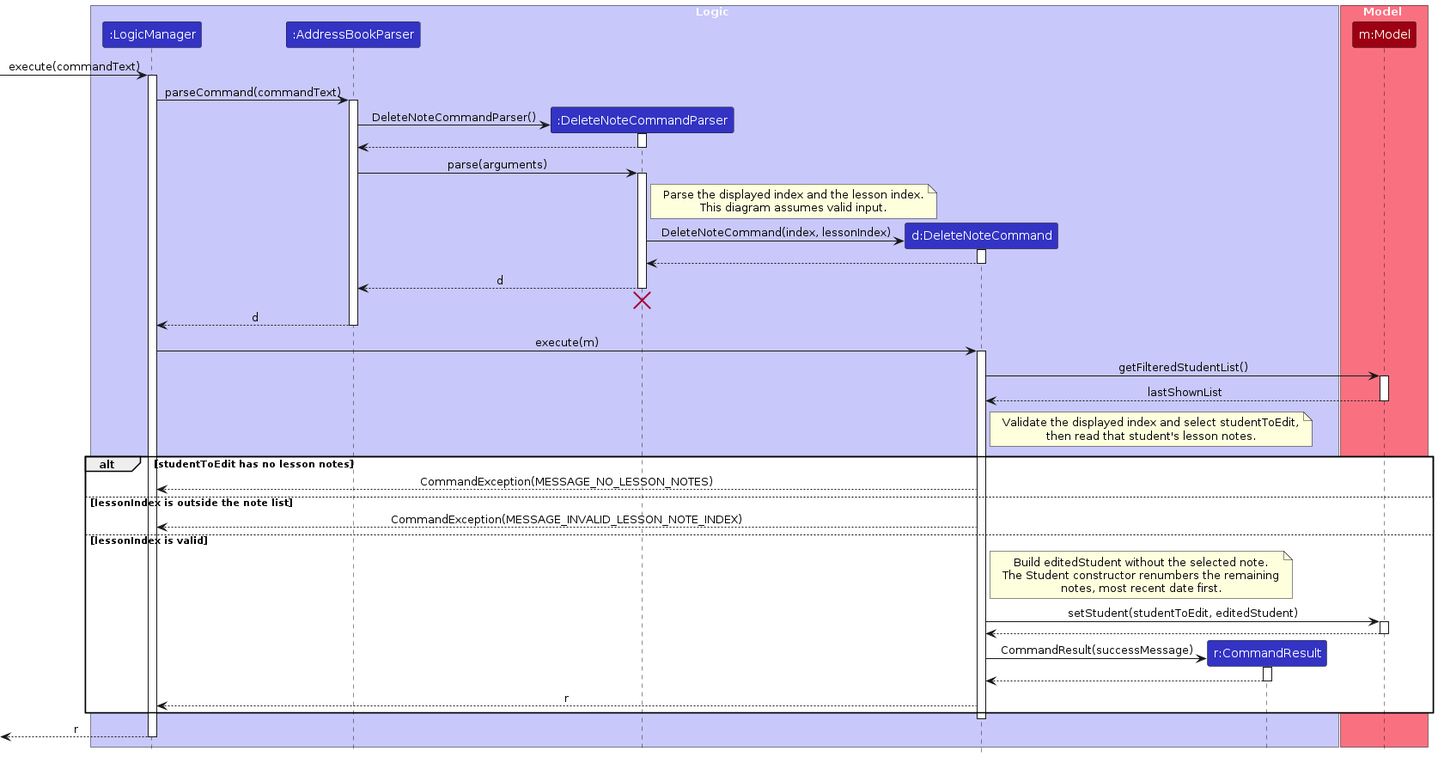
Before: diagrams/DeleteNoteSequenceDiagram.png, a diagram exported from PlantUML (AY2627S1-CS2103T-F11-4/tp). Its source is kept beside it as diagrams/DeleteNoteSequenceDiagram.puml. Source of this version:
```plantuml
@startuml
!include style.puml
skinparam ArrowFontStyle plain

box Logic LOGIC_COLOR_T1
participant ":LogicManager" as LogicManager LOGIC_COLOR
participant ":AddressBookParser" as AddressBookParser LOGIC_COLOR
participant ":DeleteNoteCommandParser" as DeleteNoteCommandParser LOGIC_COLOR
participant "d:DeleteNoteCommand" as DeleteNoteCommand LOGIC_COLOR
participant "r:CommandResult" as CommandResult LOGIC_COLOR
end box

box Model MODEL_COLOR_T1
participant "m:Model" as Model MODEL_COLOR
end box

[-> LogicManager : execute(commandText)
activate LogicManager

LogicManager -> AddressBookParser : parseCommand(commandText)
activate AddressBookParser

create DeleteNoteCommandParser
AddressBookParser -> DeleteNoteCommandParser : DeleteNoteCommandParser()
activate DeleteNoteCommandParser
DeleteNoteCommandParser --> AddressBookParser
deactivate DeleteNoteCommandParser

AddressBookParser -> DeleteNoteCommandParser : parse(arguments)
activate DeleteNoteCommandParser
note right of DeleteNoteCommandParser
Parse the displayed index and the lesson index.
This diagram assumes valid input.
end note

create DeleteNoteCommand
DeleteNoteCommandParser -> DeleteNoteCommand : DeleteNoteCommand(index, lessonIndex)
activate DeleteNoteCommand
DeleteNoteCommand --> DeleteNoteCommandParser
deactivate DeleteNoteCommand

DeleteNoteCommandParser --> AddressBookParser : d
deactivate DeleteNoteCommandParser
DeleteNoteCommandParser -[hidden]-> AddressBookParser
destroy DeleteNoteCommandParser

AddressBookParser --> LogicManager : d
deactivate AddressBookParser

LogicManager -> DeleteNoteCommand : execute(m)
activate DeleteNoteCommand

DeleteNoteCommand -> Model : getFilteredStudentList()
activate Model
Model --> DeleteNoteCommand : lastShownList
deactivate Model

note right of DeleteNoteCommand
Validate the displayed index and select studentToEdit,
then read that student's lesson notes.
end note

alt studentToEdit has no lesson notes
    DeleteNoteCommand --> LogicManager : CommandException(MESSAGE_NO_LESSON_NOTES)

else lessonIndex is outside the note list
    DeleteNoteCommand --> LogicManager : CommandException(MESSAGE_INVALID_LESSON_NOTE_INDEX)

else lessonIndex is valid
    note right of DeleteNoteCommand
    Build editedStudent without the selected note.
    The Student constructor renumbers the remaining
    notes, most recent date first.
    end note

    DeleteNoteCommand -> Model : setStudent(studentToEdit, editedStudent)
    activate Model
    Model --> DeleteNoteCommand
    deactivate Model

    create CommandResult
    DeleteNoteCommand -> CommandResult : CommandResult(successMessage)
    activate CommandResult
    CommandResult --> DeleteNoteCommand
    deactivate CommandResult

    DeleteNoteCommand --> LogicManager : r
end
deactivate DeleteNoteCommand

[<-- LogicManager : r
deactivate LogicManager
@enduml
```
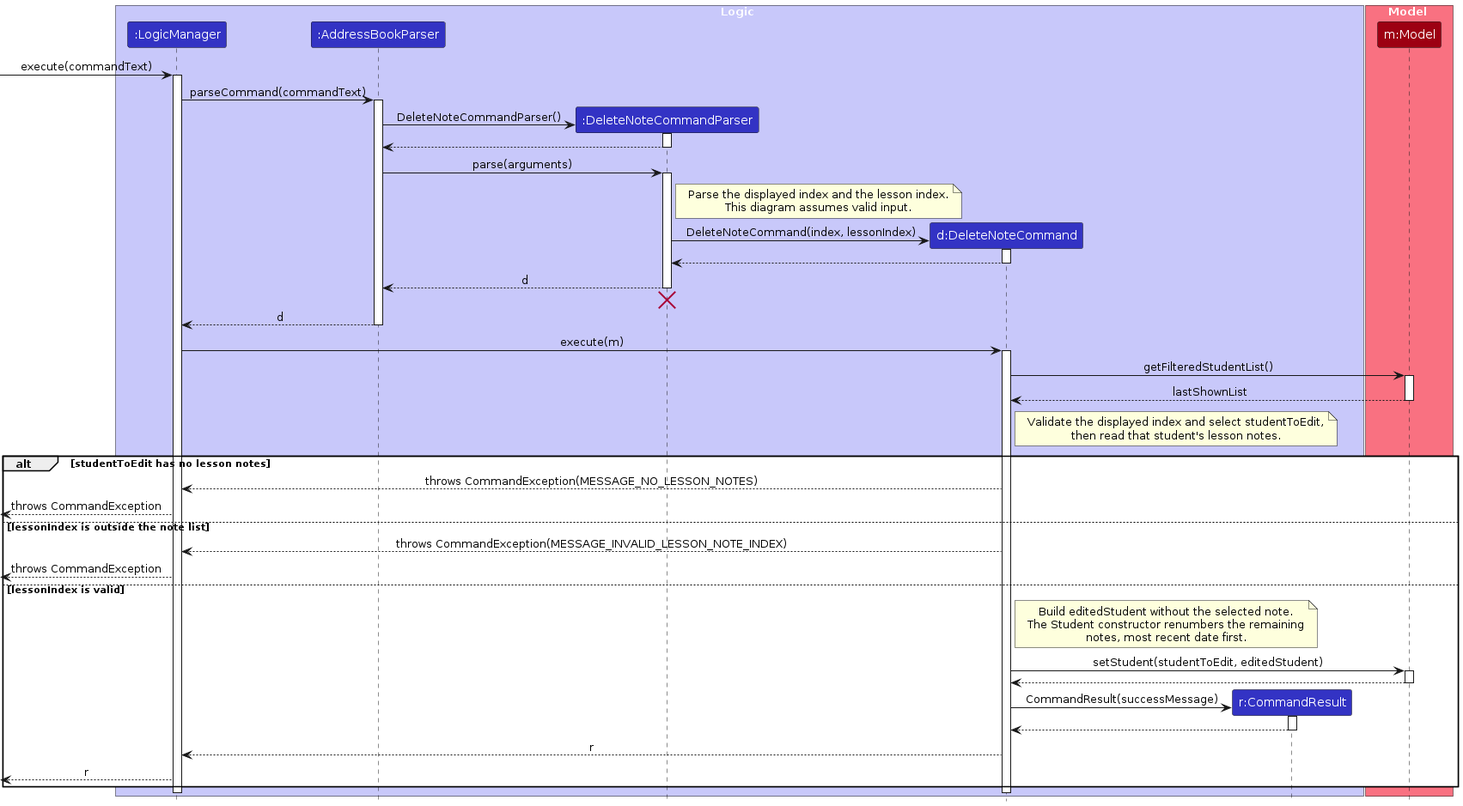
After the commit.

Diff of the diagram source:
```diff
@@ -61,10 +61,12 @@
 end note
 
 alt studentToEdit has no lesson notes
-    DeleteNoteCommand --> LogicManager : CommandException(MESSAGE_NO_LESSON_NOTES)
+    DeleteNoteCommand --> LogicManager : throws CommandException(MESSAGE_NO_LESSON_NOTES)
+    [<-- LogicManager : throws CommandException
 
 else lessonIndex is outside the note list
-    DeleteNoteCommand --> LogicManager : CommandException(MESSAGE_INVALID_LESSON_NOTE_INDEX)
+    DeleteNoteCommand --> LogicManager : throws CommandException(MESSAGE_INVALID_LESSON_NOTE_INDEX)
+    [<-- LogicManager : throws CommandException
 
 else lessonIndex is valid
     note right of DeleteNoteCommand
@@ -85,9 +87,8 @@
     deactivate CommandResult
 
     DeleteNoteCommand --> LogicManager : r
+    [<-- LogicManager : r
 end
 deactivate DeleteNoteCommand
-
-[<-- LogicManager : r
 deactivate LogicManager
 @enduml
```
